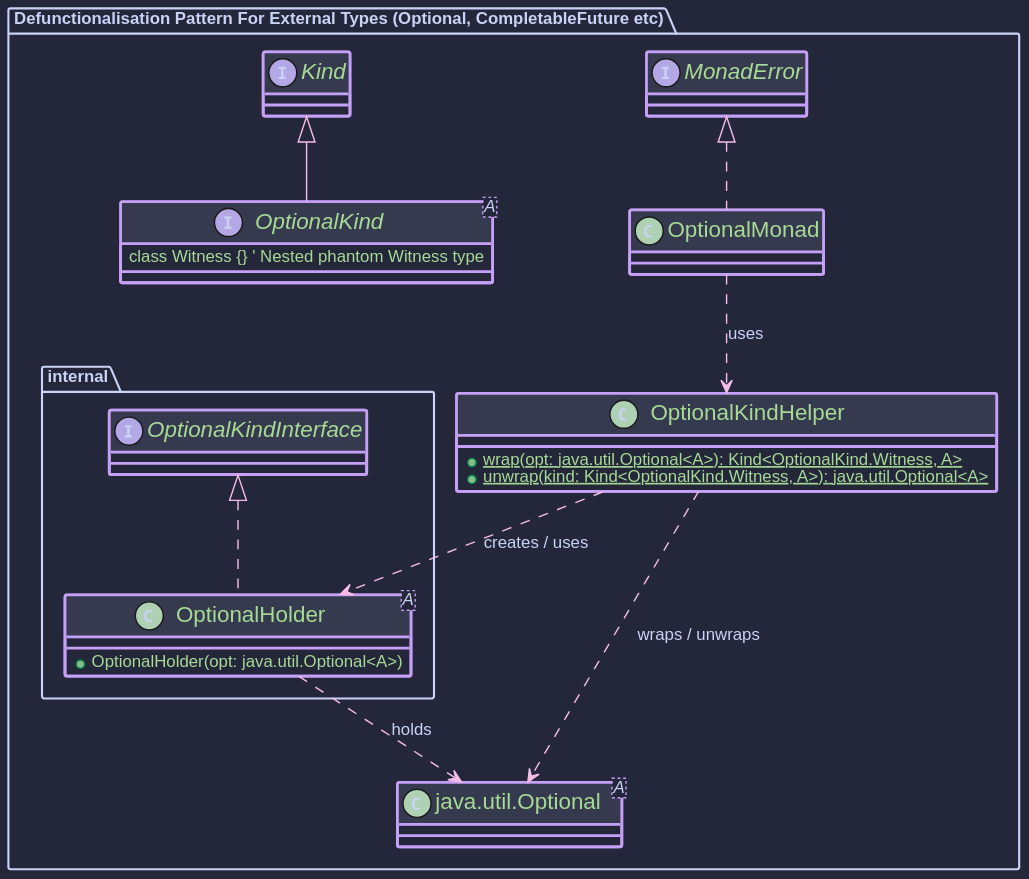
higher-kinded-j/higher-kinded-j keeps this PlantUML diagram as hkj-book/src/images/puml/defunctionalisation_external.svg. Above is the earlier version.
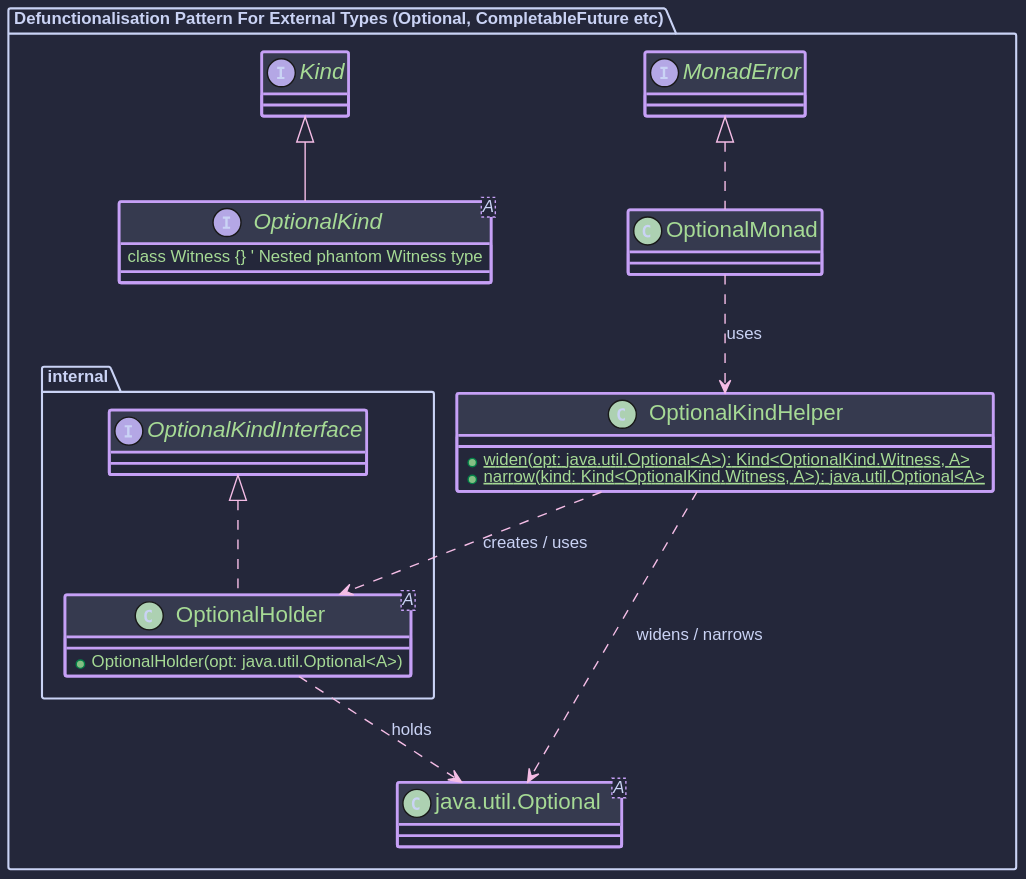
Above is the later version.

Diff of the diagram source:
```diff
@@ -16,12 +16,12 @@
         }
     }
     OptionalKindHelper ..> OptionalHolder : "creates / uses"
-    OptionalKindHelper ..> JavaOptional : "wraps / unwraps"
+    OptionalKindHelper ..> JavaOptional : "widens / narrows"
     OptionalHolder ..> JavaOptional : "holds"
 
     class "OptionalKindHelper" as OptionalKindHelper {
-        + {static} wrap(opt: java.util.Optional<A>): Kind<OptionalKind.Witness, A>
-        + {static} unwrap(kind: Kind<OptionalKind.Witness, A>): java.util.Optional<A>
+        + {static} widen(opt: java.util.Optional<A>): Kind<OptionalKind.Witness, A>
+        + {static} narrow(kind: Kind<OptionalKind.Witness, A>): java.util.Optional<A>
     }
     class "OptionalMonad" as OptionalMonad implements MonadError<OptionalKind.Witness, Unit> {
     }
```
